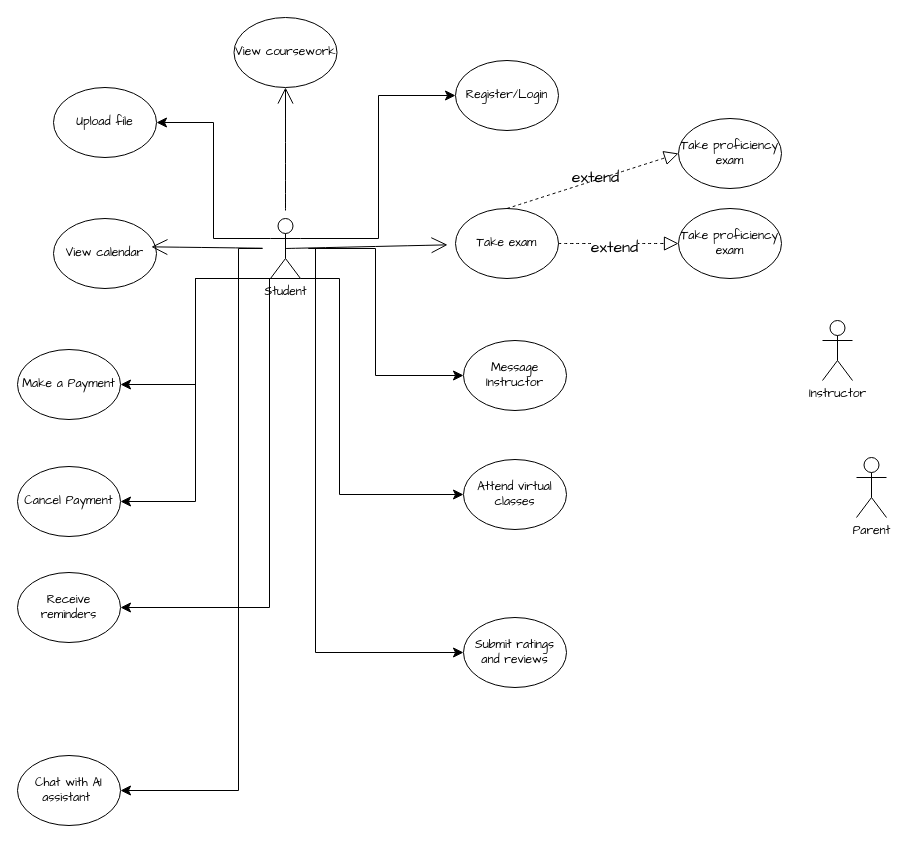
Before: Untitled Diagram.drawio in Lily010304/Tasks, a draw.io diagram. Source tidied: cells renumbered, new cells numbered last; positions are measured from the earlier drawing's top-left corner, leaving out a move shared by most shapes. Both pictures are drawn from the tidied source at 100%, with x=0, y=0 at pixel (17, 17).
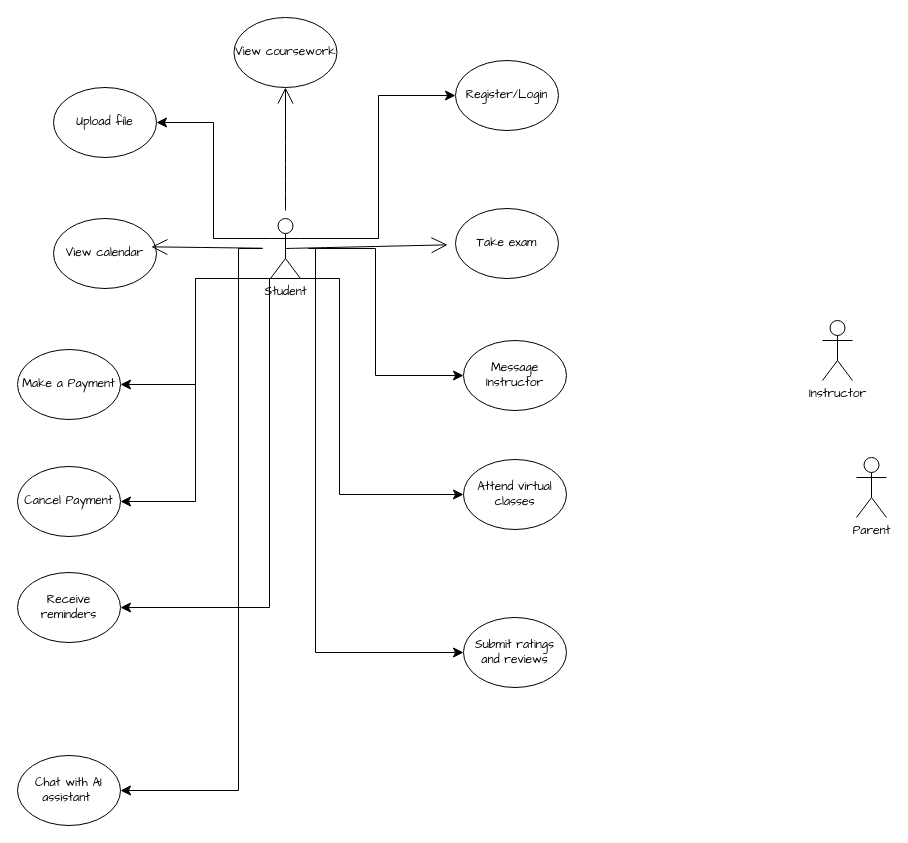
After the change.

Unchanged cells that the change refers to:
```xml
<mxCell id="8" value="Take exam" style="ellipse;whiteSpace=wrap;html=1;fontFamily=Architects Daughter;" parent="1" vertex="1">
  <mxGeometry x="438" y="191" width="103" height="70" as="geometry" />
</mxCell>
```

Change to the diagram source:
```diff
@@
-    <mxCell id="25" value="Take proficiency exam" style="ellipse;whiteSpace=wrap;html=1;fontFamily=Architects Daughter;" parent="1" vertex="1">
-      <mxGeometry x="661" y="191" width="103" height="70" as="geometry" />
-    </mxCell>
-    <mxCell id="26" style="endArrow=block;dashed=1;endFill=0;endSize=12;html=1;rounded=0;fontFamily=Architects Daughter;fontSize=16;sourcePerimeterSpacing=8;targetPerimeterSpacing=8;curved=1;exitX=1;exitY=0.5;exitDx=0;exitDy=0;entryX=0;entryY=0.5;entryDx=0;entryDy=0;" parent="1" edge="1" source="8" target="25">
-      <mxGeometry relative="1" as="geometry" />
-    </mxCell>
-    <mxCell id="27" value="extend" style="edgeLabel;html=1;align=center;verticalAlign=middle;fontSize=16;fontFamily=Architects Daughter;" parent="26" vertex="1">
-      <mxGeometry x="-0.08" y="-3" relative="1" as="geometry" />
-    </mxCell>
-    <mxCell id="28" value="Take proficiency exam" style="ellipse;whiteSpace=wrap;html=1;fontFamily=Architects Daughter;" parent="1" vertex="1">
-      <mxGeometry x="661" y="101" width="103" height="70" as="geometry" />
-    </mxCell>
-    <mxCell id="29" value="extend" style="edgeLabel;html=1;align=center;verticalAlign=middle;fontSize=16;fontFamily=Architects Daughter;" parent="1" vertex="1">
-      <mxGeometry x="577" y="159" as="geometry" />
-    </mxCell>
-    <mxCell id="30" style="endArrow=block;dashed=1;endFill=0;endSize=12;html=1;rounded=0;fontFamily=Architects Daughter;fontSize=16;sourcePerimeterSpacing=8;targetPerimeterSpacing=8;curved=1;entryX=0;entryY=0.5;entryDx=0;entryDy=0;exitX=0.5;exitY=0;exitDx=0;exitDy=0;" parent="1" edge="1" source="8" target="28">
-      <mxGeometry relative="1" as="geometry" />
-    </mxCell>
```
